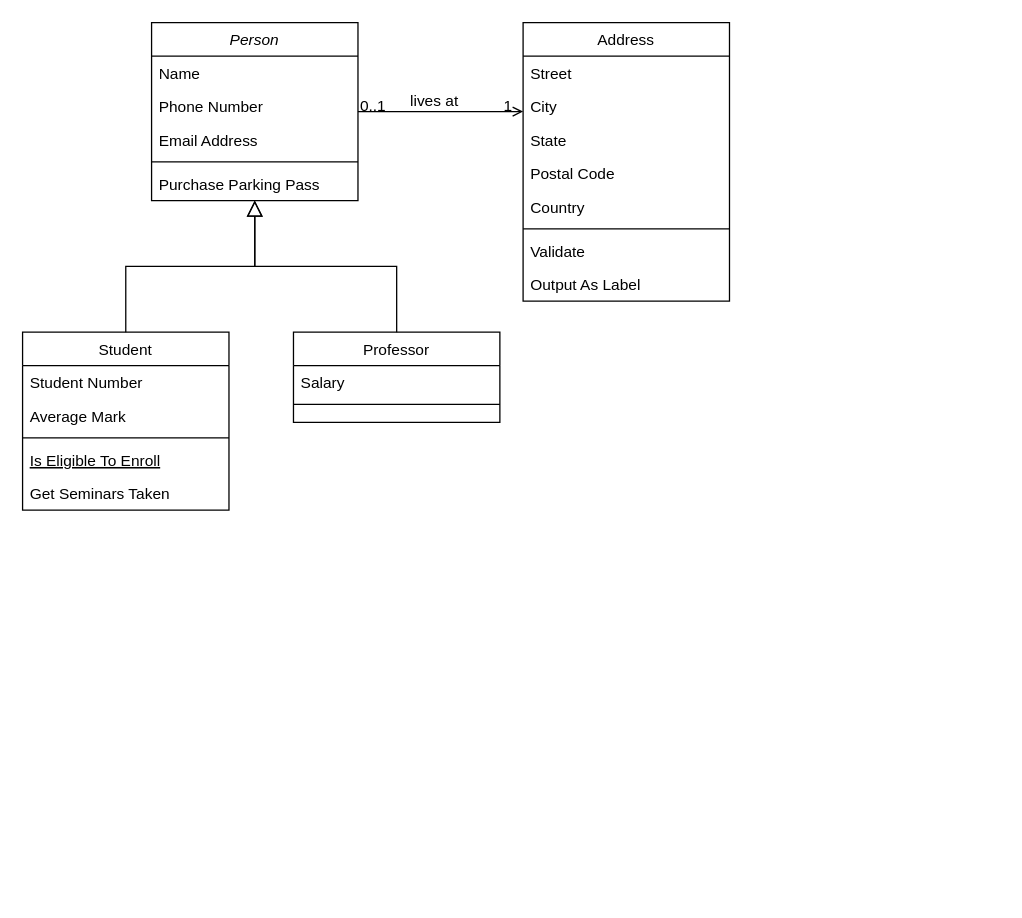
The draw.io diagram Analise de Sistemas/UML/UML VisualOps.drawio in Sant-Thiago/Estudos, before the edit. Source tidied: cells renumbered, new cells numbered last; positions are measured from the earlier drawing's top-left corner, leaving out a move shared by most shapes. Both pictures are drawn from the tidied source at 129%, with x=0, y=0 at pixel (22, 22).
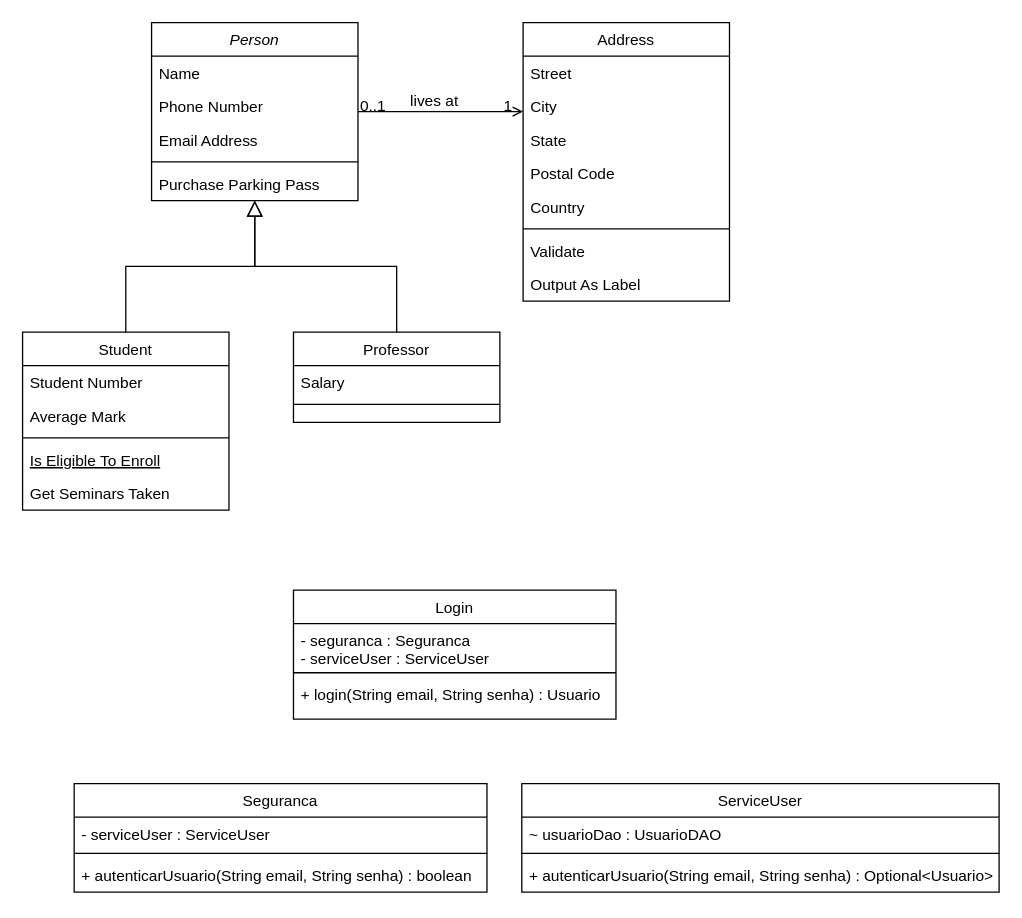
Above is the later version.

Commit message:
Fazendo classe login, segurança, serviceUser

Diff of the diagram source:
```diff
@@
+    <mxCell id="32" value="Login" style="swimlane;fontStyle=0;align=center;verticalAlign=top;horizontal=1;startSize=26;rounded=0;shadow=0;strokeWidth=1;" parent="1" vertex="1">
+      <mxGeometry x="210" y="440" width="250" height="100" as="geometry" />
+    </mxCell>
+    <mxCell id="33" value="- seguranca : Seguranca&#10;- serviceUser : ServiceUser" style="text;align=left;verticalAlign=top;spacingLeft=4;spacingRight=4;overflow=hidden;" parent="32" vertex="1">
+      <mxGeometry y="26" width="250" height="34" as="geometry" />
+    </mxCell>
+    <mxCell id="34" style="line;html=1;strokeWidth=1;align=left;verticalAlign=middle;spacingTop=-1;spacingLeft=3;spacingRight=3;labelPosition=right;" parent="32" vertex="1">
+      <mxGeometry y="60" width="250" height="8" as="geometry" />
+    </mxCell>
+    <mxCell id="35" value="+ login(String email, String senha) : Usuario" style="text;align=left;verticalAlign=top;spacingLeft=4;spacingRight=4;overflow=hidden;" parent="32" vertex="1">
+      <mxGeometry y="68" width="250" height="26" as="geometry" />
+    </mxCell>
+    <mxCell id="36" value="Seguranca" style="swimlane;fontStyle=0;align=center;verticalAlign=top;horizontal=1;startSize=26;rounded=0;shadow=0;strokeWidth=1;" parent="1" vertex="1">
+      <mxGeometry x="40" y="590" width="320" height="84" as="geometry" />
+    </mxCell>
+    <mxCell id="37" value="- serviceUser : ServiceUser" style="text;align=left;verticalAlign=top;spacingLeft=4;spacingRight=4;overflow=hidden;" parent="36" vertex="1">
+      <mxGeometry y="26" width="320" height="24" as="geometry" />
+    </mxCell>
+    <mxCell id="38" style="line;html=1;strokeWidth=1;align=left;verticalAlign=middle;spacingTop=-1;spacingLeft=3;spacingRight=3;labelPosition=right;" parent="36" vertex="1">
+      <mxGeometry y="50" width="320" height="8" as="geometry" />
+    </mxCell>
+    <mxCell id="39" value="+ autenticarUsuario(String email, String senha) : boolean" style="text;align=left;verticalAlign=top;spacingLeft=4;spacingRight=4;overflow=hidden;" parent="36" vertex="1">
+      <mxGeometry y="58" width="320" height="26" as="geometry" />
+    </mxCell>
+    <mxCell id="40" value="ServiceUser" style="swimlane;fontStyle=0;align=center;verticalAlign=top;horizontal=1;startSize=26;rounded=0;shadow=0;strokeWidth=1;" parent="1" vertex="1">
+      <mxGeometry x="387" y="590" width="370" height="84" as="geometry" />
+    </mxCell>
+    <mxCell id="41" value="~ usuarioDao : UsuarioDAO" style="text;align=left;verticalAlign=top;spacingLeft=4;spacingRight=4;overflow=hidden;" parent="40" vertex="1">
+      <mxGeometry y="26" width="370" height="24" as="geometry" />
+    </mxCell>
+    <mxCell id="42" style="line;html=1;strokeWidth=1;align=left;verticalAlign=middle;spacingTop=-1;spacingLeft=3;spacingRight=3;labelPosition=right;" parent="40" vertex="1">
+      <mxGeometry y="50" width="370" height="8" as="geometry" />
+    </mxCell>
+    <mxCell id="43" value="+ autenticarUsuario(String email, String senha) : Optional&lt;Usuario&gt;" style="text;align=left;verticalAlign=top;spacingLeft=4;spacingRight=4;overflow=hidden;" parent="40" vertex="1">
+      <mxGeometry y="58" width="370" height="26" as="geometry" />
+    </mxCell>
```
